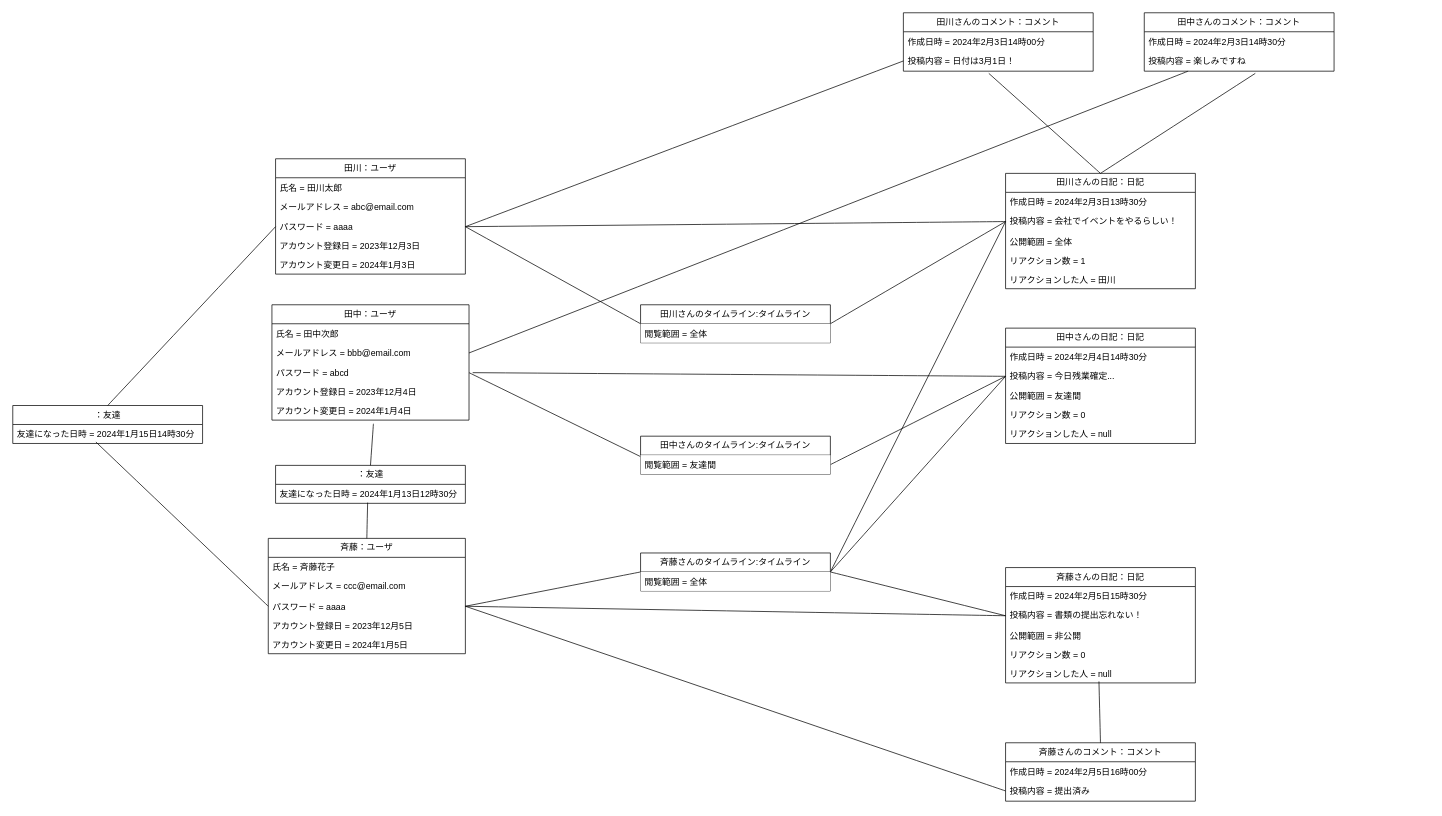
Earlier version of the draw.io diagram 概念モデル/12_日記の詳細を表示する/日記の詳細を表示する.drawio (tawainfer/scorpio). Source tidied: cells renumbered, new cells numbered last; positions are measured from the earlier drawing's top-left corner, leaving out a move shared by most shapes. Both pictures are drawn from the tidied source at 73%, with x=0, y=0 at pixel (12, 12).
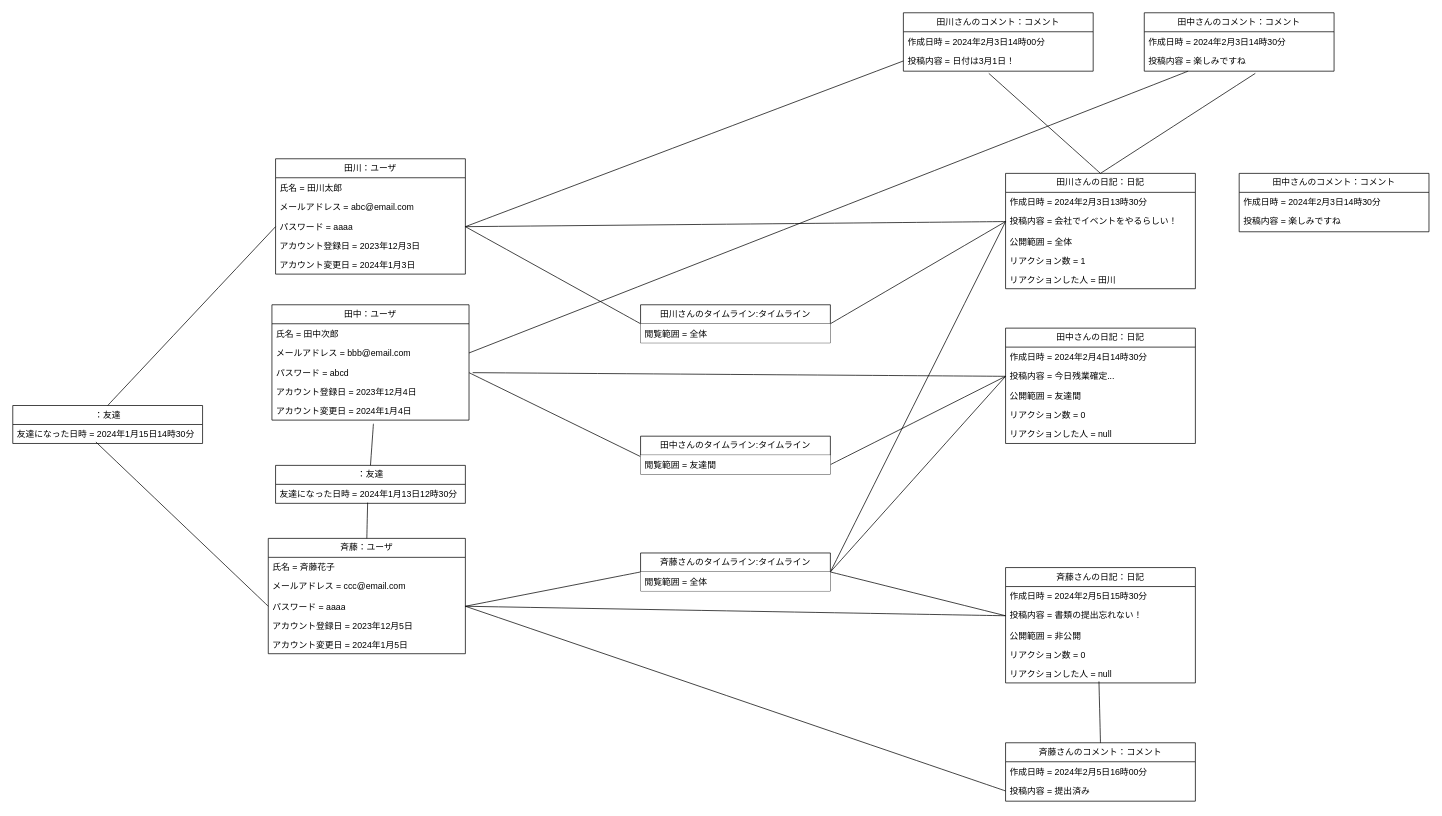
The same page after the edit.

Change to the diagram source:
```diff
@@
+    <mxCell id="78" value="田中さんのコメント：コメント" style="swimlane;fontStyle=0;horizontal=1;startSize=26;fillColor=none;whiteSpace=wrap;html=1;" parent="1" vertex="1">
+      <mxGeometry x="1680" y="220" width="260" height="80" as="geometry" />
+    </mxCell>
+    <mxCell id="79" value="作成日時 =&amp;nbsp;2024年2月3日14時30分" style="text;strokeColor=none;fillColor=none;align=left;verticalAlign=top;spacingLeft=4;spacingRight=4;overflow=hidden;whiteSpace=wrap;html=1;" parent="78" vertex="1">
+      <mxGeometry y="26" width="260" height="26" as="geometry" />
+    </mxCell>
+    <mxCell id="80" value="投稿内容 = 楽しみですね" style="text;strokeColor=none;fillColor=none;align=left;verticalAlign=top;spacingLeft=4;spacingRight=4;overflow=hidden;whiteSpace=wrap;html=1;" parent="78" vertex="1">
+      <mxGeometry y="52" width="260" height="28" as="geometry" />
+    </mxCell>
```
